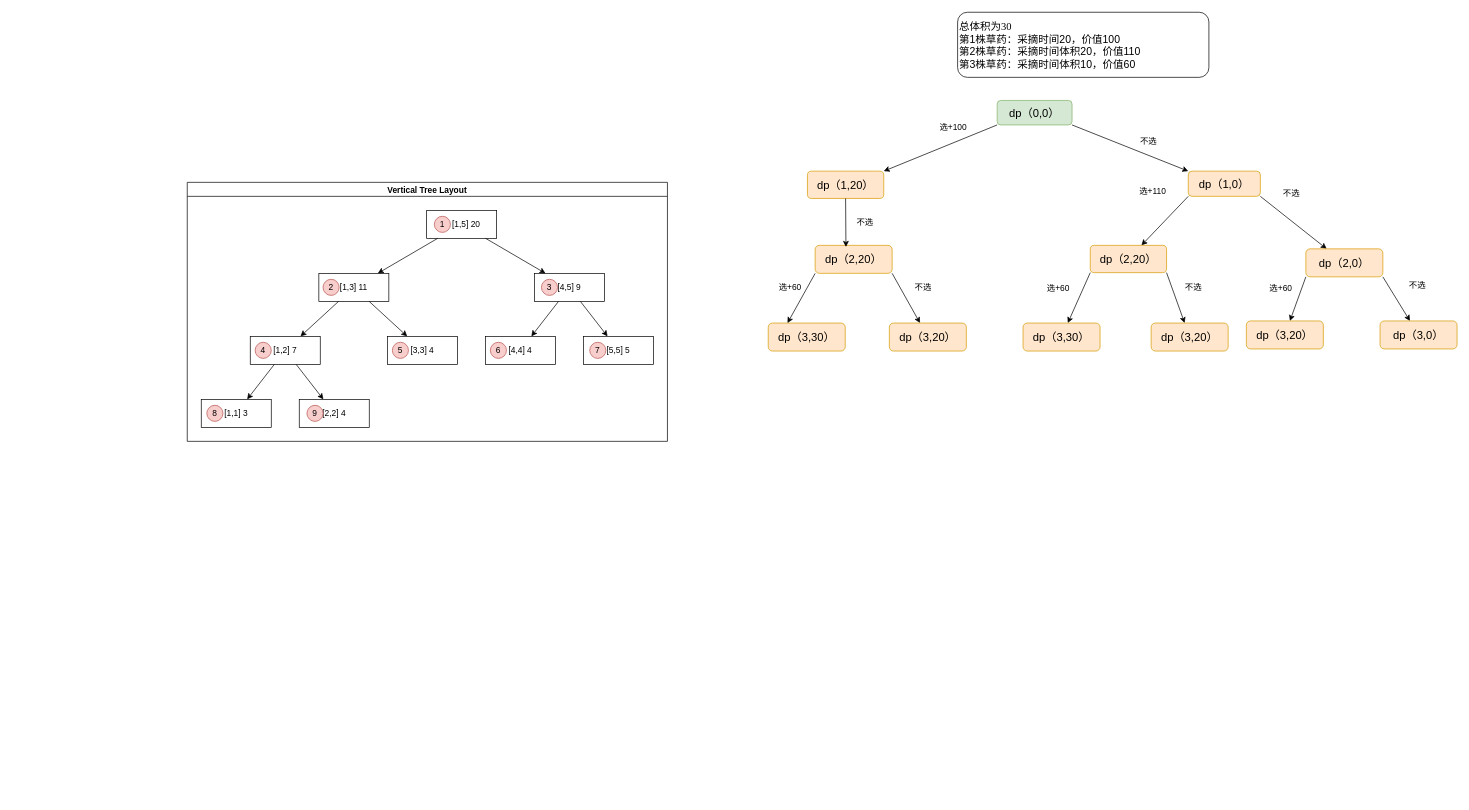
Before: 20230624.drawio in 1804040636/picgo, a draw.io diagram. Source tidied: cells renumbered, new cells numbered last; positions are measured from the earlier drawing's top-left corner, leaving out a move shared by most shapes. Both pictures are drawn from the tidied source at 70%, with x=0, y=0 at pixel (187, 12).
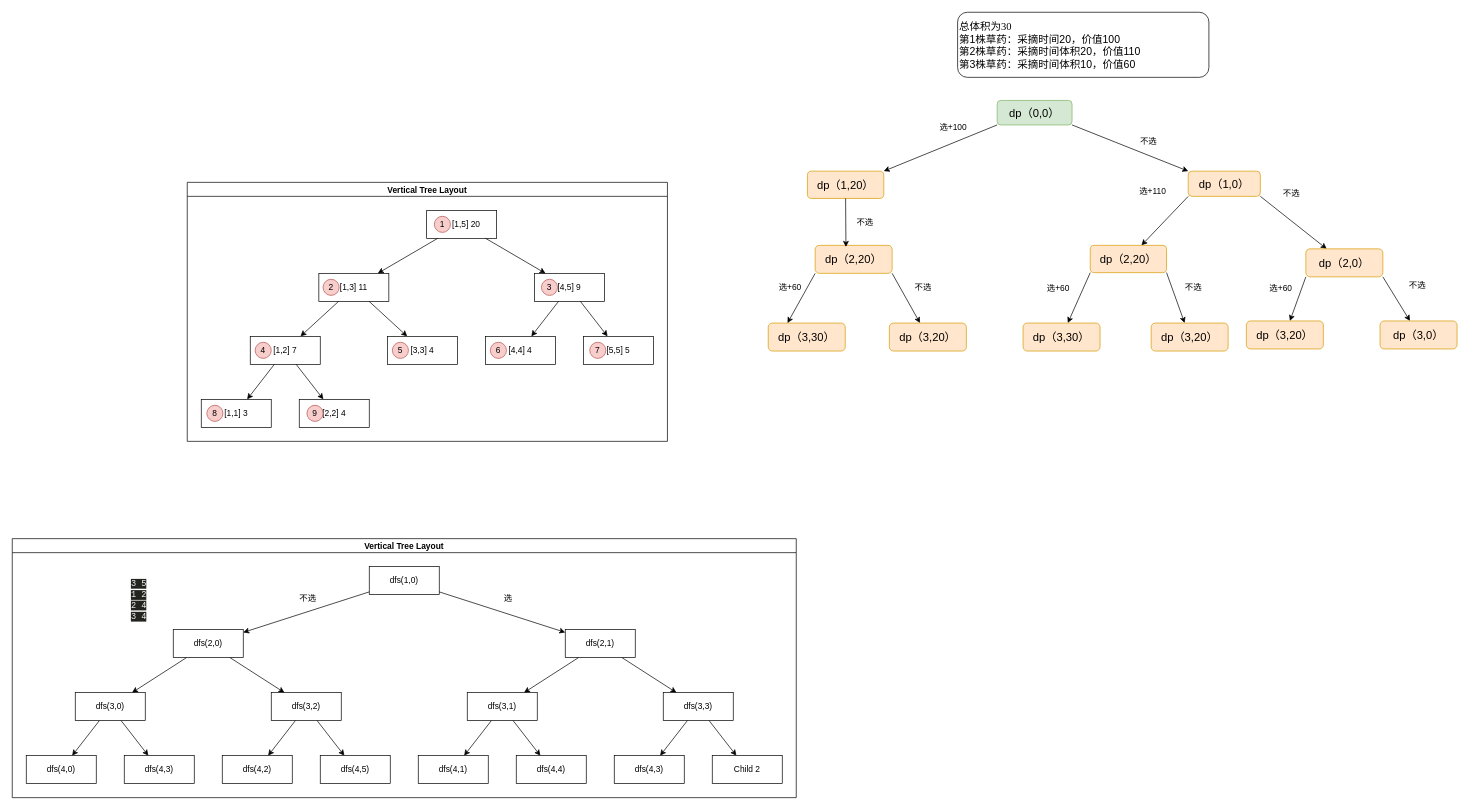
After the change.

Change to the diagram source:
```diff
@@
+    <mxCell id="64" value="&lt;font face=&quot;Source Code Pro, Consolas, monospace&quot; color=&quot;#f8f8f2&quot;&gt;&lt;span style=&quot;font-size: 12.25px; white-space-collapse: preserve; background-color: rgb(35, 36, 31);&quot;&gt;3 5&lt;/span&gt;&lt;/font&gt;&lt;div&gt;&lt;font face=&quot;Source Code Pro, Consolas, monospace&quot; color=&quot;#f8f8f2&quot;&gt;&lt;span style=&quot;font-size: 12.25px; white-space-collapse: preserve; background-color: rgb(35, 36, 31);&quot;&gt;1 2&lt;/span&gt;&lt;/font&gt;&lt;/div&gt;&lt;div&gt;&lt;font face=&quot;Source Code Pro, Consolas, monospace&quot; color=&quot;#f8f8f2&quot;&gt;&lt;span style=&quot;font-size: 12.25px; white-space-collapse: preserve; background-color: rgb(35, 36, 31);&quot;&gt;2 4&lt;/span&gt;&lt;/font&gt;&lt;/div&gt;&lt;div&gt;&lt;font face=&quot;Source Code Pro, Consolas, monospace&quot; color=&quot;#f8f8f2&quot;&gt;&lt;span style=&quot;font-size: 12.25px; white-space-collapse: preserve; background-color: rgb(35, 36, 31);&quot;&gt;3 4&lt;/span&gt;&lt;/font&gt;&lt;/div&gt;" style="text;whiteSpace=wrap;html=1;" parent="1" vertex="1">
+      <mxGeometry x="-82" y="802" width="48" height="81" as="geometry" />
+    </mxCell>
+    <mxCell id="65" value="Vertical Tree Layout" style="swimlane;startSize=20;horizontal=1;horizontalTree=0;sortEdges=1;containerType=tree;fontSize=12;" parent="1" vertex="1">
+      <mxGeometry x="-250" y="752" width="1120" height="370" as="geometry" />
+    </mxCell>
+    <mxCell id="66" value="dfs(1,0)" style="whiteSpace=wrap;html=1;" parent="65" vertex="1">
+      <mxGeometry x="510" y="40" width="100" height="40" as="geometry" />
+    </mxCell>
+    <mxCell id="67" value="dfs(2,0)" style="whiteSpace=wrap;html=1;" parent="65" vertex="1">
+      <mxGeometry x="230" y="130" width="100" height="40" as="geometry" />
+    </mxCell>
+    <mxCell id="68" style="elbow=vertical;html=1;rounded=1;sourcePerimeterSpacing=0;targetPerimeterSpacing=0;startSize=6;endSize=6;" parent="65" edge="1" source="66" target="67">
+      <mxGeometry relative="1" as="geometry" />
+    </mxCell>
+    <mxCell id="69" value="dfs(2,1)" style="whiteSpace=wrap;html=1;" parent="65" vertex="1">
+      <mxGeometry x="790" y="130" width="100" height="40" as="geometry" />
+    </mxCell>
+    <mxCell id="70" style="elbow=vertical;html=1;rounded=1;sourcePerimeterSpacing=0;targetPerimeterSpacing=0;startSize=6;endSize=6;" parent="65" edge="1" source="66" target="69">
+      <mxGeometry relative="1" as="geometry" />
+    </mxCell>
+    <mxCell id="71" style="elbow=vertical;html=1;rounded=1;sourcePerimeterSpacing=0;targetPerimeterSpacing=0;startSize=6;endSize=6;" parent="65" edge="1" source="67" target="72">
+      <mxGeometry relative="1" as="geometry" />
+    </mxCell>
+    <mxCell id="72" value="dfs(3,0)" style="whiteSpace=wrap;html=1;" parent="65" vertex="1">
+      <mxGeometry x="90" y="220" width="100" height="40" as="geometry" />
+    </mxCell>
+    <mxCell id="73" style="elbow=vertical;html=1;rounded=1;sourcePerimeterSpacing=0;targetPerimeterSpacing=0;startSize=6;endSize=6;" parent="65" edge="1" source="67" target="74">
+      <mxGeometry relative="1" as="geometry" />
+    </mxCell>
+    <mxCell id="74" value="dfs(3,2)" style="whiteSpace=wrap;html=1;" parent="65" vertex="1">
+      <mxGeometry x="370" y="220" width="100" height="40" as="geometry" />
+    </mxCell>
+    <mxCell id="75" style="elbow=vertical;html=1;rounded=1;sourcePerimeterSpacing=0;targetPerimeterSpacing=0;startSize=6;endSize=6;" parent="65" edge="1" source="69" target="76">
+      <mxGeometry relative="1" as="geometry" />
+    </mxCell>
+    <mxCell id="76" value="dfs(3,1)" style="whiteSpace=wrap;html=1;" parent="65" vertex="1">
+      <mxGeometry x="650" y="220" width="100" height="40" as="geometry" />
+    </mxCell>
+    <mxCell id="77" style="elbow=vertical;html=1;rounded=1;sourcePerimeterSpacing=0;targetPerimeterSpacing=0;startSize=6;endSize=6;" parent="65" edge="1" source="69" target="78">
+      <mxGeometry relative="1" as="geometry" />
+    </mxCell>
+    <mxCell id="78" value="dfs(3,3)" style="whiteSpace=wrap;html=1;" parent="65" vertex="1">
+      <mxGeometry x="930" y="220" width="100" height="40" as="geometry" />
+    </mxCell>
+    <mxCell id="79" style="elbow=vertical;html=1;rounded=1;sourcePerimeterSpacing=0;targetPerimeterSpacing=0;startSize=6;endSize=6;" parent="65" edge="1" source="72" target="80">
+      <mxGeometry relative="1" as="geometry" />
+    </mxCell>
+    <mxCell id="80" value="dfs(4,0)" style="whiteSpace=wrap;html=1;" parent="65" vertex="1">
+      <mxGeometry x="20" y="310" width="100" height="40" as="geometry" />
+    </mxCell>
+    <mxCell id="81" style="elbow=vertical;html=1;rounded=1;sourcePerimeterSpacing=0;targetPerimeterSpacing=0;startSize=6;endSize=6;" parent="65" edge="1" source="72" target="82">
+      <mxGeometry relative="1" as="geometry" />
+    </mxCell>
+    <mxCell id="82" value="dfs(4,3)" style="whiteSpace=wrap;html=1;" parent="65" vertex="1">
+      <mxGeometry x="160" y="310" width="100" height="40" as="geometry" />
+    </mxCell>
+    <mxCell id="83" style="elbow=vertical;html=1;rounded=1;sourcePerimeterSpacing=0;targetPerimeterSpacing=0;startSize=6;endSize=6;" parent="65" edge="1" source="74" target="84">
+      <mxGeometry relative="1" as="geometry" />
+    </mxCell>
+    <mxCell id="84" value="dfs(4,2)" style="whiteSpace=wrap;html=1;" parent="65" vertex="1">
+      <mxGeometry x="300" y="310" width="100" height="40" as="geometry" />
+    </mxCell>
+    <mxCell id="85" style="elbow=vertical;html=1;rounded=1;sourcePerimeterSpacing=0;targetPerimeterSpacing=0;startSize=6;endSize=6;" parent="65" edge="1" source="74" target="86">
+      <mxGeometry relative="1" as="geometry" />
+    </mxCell>
+    <mxCell id="86" value="dfs(4,5)" style="whiteSpace=wrap;html=1;" parent="65" vertex="1">
+      <mxGeometry x="440" y="310" width="100" height="40" as="geometry" />
+    </mxCell>
+    <mxCell id="87" style="elbow=vertical;html=1;rounded=1;sourcePerimeterSpacing=0;targetPerimeterSpacing=0;startSize=6;endSize=6;" parent="65" edge="1" source="76" target="88">
+      <mxGeometry relative="1" as="geometry" />
+    </mxCell>
+    <mxCell id="88" value="dfs(4,1)" style="whiteSpace=wrap;html=1;" parent="65" vertex="1">
+      <mxGeometry x="580" y="310" width="100" height="40" as="geometry" />
+    </mxCell>
+    <mxCell id="89" style="elbow=vertical;html=1;rounded=1;sourcePerimeterSpacing=0;targetPerimeterSpacing=0;startSize=6;endSize=6;" parent="65" edge="1" source="76" target="90">
+      <mxGeometry relative="1" as="geometry" />
+    </mxCell>
+    <mxCell id="90" value="dfs(4,4)" style="whiteSpace=wrap;html=1;" parent="65" vertex="1">
+      <mxGeometry x="720" y="310" width="100" height="40" as="geometry" />
+    </mxCell>
+    <mxCell id="91" style="elbow=vertical;html=1;rounded=1;sourcePerimeterSpacing=0;targetPerimeterSpacing=0;startSize=6;endSize=6;" parent="65" edge="1" source="78" target="92">
+      <mxGeometry relative="1" as="geometry" />
+    </mxCell>
+    <mxCell id="92" value="dfs(4,3)" style="whiteSpace=wrap;html=1;" parent="65" vertex="1">
+      <mxGeometry x="860" y="310" width="100" height="40" as="geometry" />
+    </mxCell>
+    <mxCell id="93" style="elbow=vertical;html=1;rounded=1;sourcePerimeterSpacing=0;targetPerimeterSpacing=0;startSize=6;endSize=6;" parent="65" edge="1" source="78" target="94">
+      <mxGeometry relative="1" as="geometry" />
+    </mxCell>
+    <mxCell id="94" value="Child 2" style="whiteSpace=wrap;html=1;" parent="65" vertex="1">
+      <mxGeometry x="1000" y="310" width="100" height="40" as="geometry" />
+    </mxCell>
+    <mxCell id="95" value="不选" style="text;html=1;align=center;verticalAlign=middle;strokeColor=none;fillColor=none;" parent="1" vertex="1">
+      <mxGeometry x="151" y="825" width="42" height="26" as="geometry" />
+    </mxCell>
+    <mxCell id="96" value="选" style="text;html=1;align=center;verticalAlign=middle;strokeColor=none;fillColor=none;" parent="1" vertex="1">
+      <mxGeometry x="443" y="824" width="30" height="26" as="geometry" />
+    </mxCell>
```
